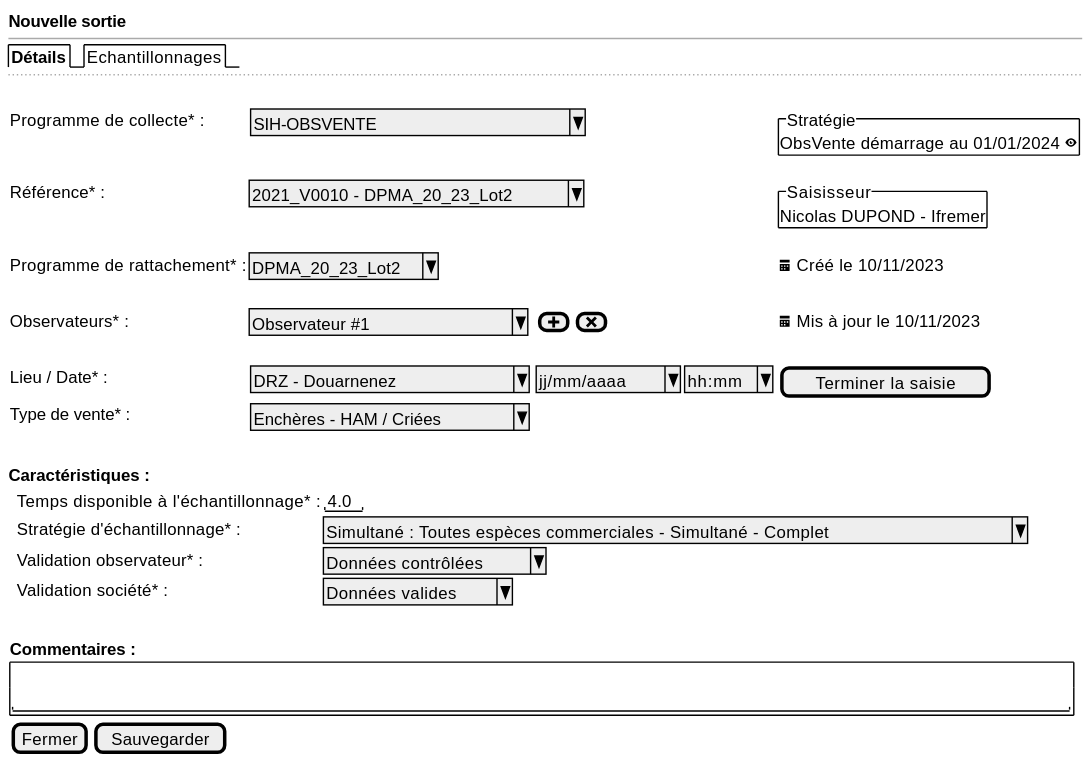
Before: projects/obsvente/spe/images/observed-location-new.svg, a diagram exported from PlantUML (sumaris-net/sumaris-doc).
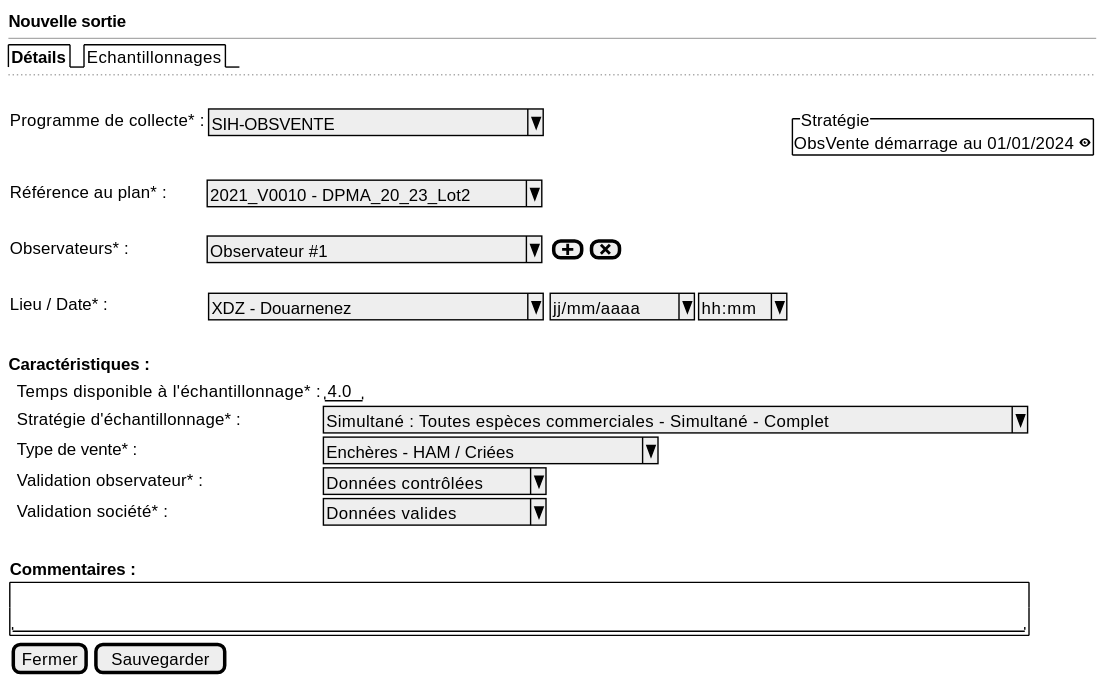
Above is the later version.

Diff of the diagram source:
```diff
@@ -10,15 +10,11 @@
       Programme de collecte* :    | { ^SIH-OBSVENTE                ^ } | * | {^"Stratégie"
                                                                                               ObsVente démarrage au 01/01/2024 <&eye> }
 
-      Référence* : | ^2021_V0010 - DPMA_20_23_Lot2^ | * | {^"Saisisseur"
-                                                          Nicolas DUPOND - Ifremer  }
-
-      Programme de rattachement* : | ^DPMA_20_23_Lot2^ | * | <&calendar> Créé le 10/11/2023
+      Référence au plan* : | ^2021_V0010 - DPMA_20_23_Lot2^
       .
-      Observateurs* :            | ^ Observateur #1        ^ | { [<&plus>] | [<&x>] } | <&calendar> Mis à jour le 10/11/2023
+      Observateurs* :            | ^ Observateur #1             ^ | { [<&plus>] | [<&x>] }
       .
-      Lieu / Date* :     | { ^DRZ - Douarnenez       ^ } | { ^ jj/mm/aaaa^  |  ^ hh:mm^ } | [Terminer la saisie]
-      Type de vente* :   | { ^Enchères - HAM / Criées^}
+      Lieu / Date* :     | { ^XDZ - Douarnenez            ^ } | { ^ jj/mm/aaaa^  |  ^ hh:mm^ }
       .
   }
 
@@ -27,8 +23,9 @@
   {
       . | Temps disponible à l'échantillonnage* :| "4.0"
       . | Stratégie d'échantillonnage* : | ^Simultané : Toutes espèces commerciales - Simultané - Complet^
+      . | Type de vente* : | ^Enchères - HAM / Criées     ^
       . | Validation observateur* : | ^Données contrôlées^
-      . | Validation société* : | ^Données valides^
+      . | Validation société* : | ^Données valides   ^
       . | .
   }
 
@@ -37,7 +34,7 @@
      <b>Commentaires :
 
      {+ .
-        "                                                                                              "
+        "                                                                                          "
      }
   }
 
```
